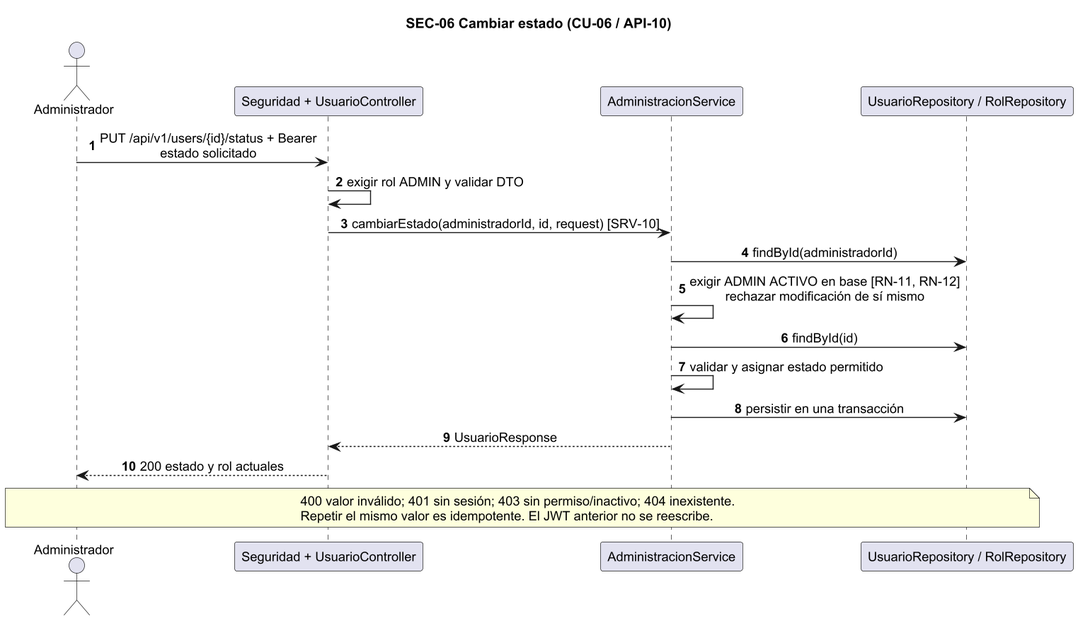
Earlier version of the PlantUML export doc/Diagramas/SEC-06.png (CarlaGorgal2002/deliverygo-usuarios-auth). Its diagram source:
```plantuml
@startuml SEC-06
skinparam dpi 135
skinparam shadowing false
skinparam defaultFontName Arial
skinparam defaultFontSize 13
skinparam sequenceMessageAlign center
title SEC-06 Cambiar estado (CU-06 / API-10)
autonumber
actor Administrador as A
participant "Seguridad + UsuarioController" as C
participant AdministracionService as S
participant "UsuarioRepository / RolRepository" as R
A -> C : PUT /api/v1/users/{id}/status + Bearer\nestado solicitado
C -> C : exigir rol ADMIN y validar DTO
C -> S : cambiarEstado(administradorId, id, request) [SRV-10]
S -> R : findById(administradorId)
S -> S : exigir ADMIN ACTIVO en base [RN-11, RN-12]\nrechazar modificación de sí mismo
S -> R : findById(id)
S -> S : validar y asignar estado permitido
S -> R : persistir en una transacción
S --> C : UsuarioResponse
C --> A : 200 estado y rol actuales
note over A,R : 400 valor inválido; 401 sin sesión; 403 sin permiso/inactivo; 404 inexistente.\nRepetir el mismo valor es idempotente. El JWT anterior no se reescribe.
@enduml
```
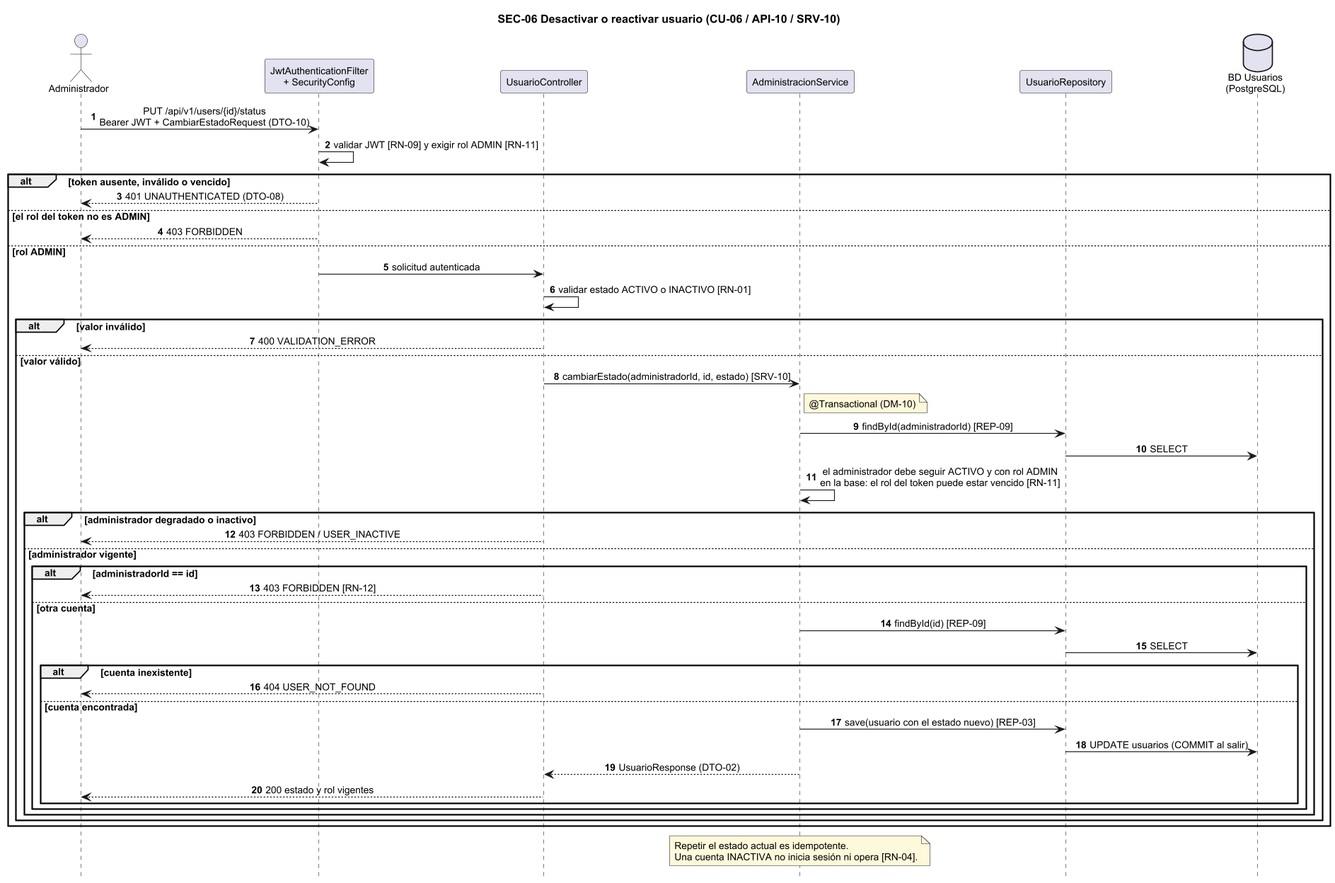
After the commit.

What changed in the source:
```diff
@@ -1,24 +1,58 @@
 @startuml SEC-06
-skinparam dpi 135
+skinparam dpi 110
 skinparam shadowing false
 skinparam defaultFontName Arial
-skinparam defaultFontSize 13
+skinparam defaultFontSize 12
 skinparam sequenceMessageAlign center
-title SEC-06 Cambiar estado (CU-06 / API-10)
+skinparam responseMessageBelowArrow true
+skinparam NoteBackgroundColor #FFF9DB
+skinparam ParticipantPadding 12
+hide footbox
+title SEC-06 Desactivar o reactivar usuario (CU-06 / API-10 / SRV-10)
 autonumber
 actor Administrador as A
-participant "Seguridad + UsuarioController" as C
+participant "JwtAuthenticationFilter\n+ SecurityConfig" as F
+participant UsuarioController as C
 participant AdministracionService as S
-participant "UsuarioRepository / RolRepository" as R
-A -> C : PUT /api/v1/users/{id}/status + Bearer\nestado solicitado
-C -> C : exigir rol ADMIN y validar DTO
-C -> S : cambiarEstado(administradorId, id, request) [SRV-10]
-S -> R : findById(administradorId)
-S -> S : exigir ADMIN ACTIVO en base [RN-11, RN-12]\nrechazar modificación de sí mismo
-S -> R : findById(id)
-S -> S : validar y asignar estado permitido
-S -> R : persistir en una transacción
-S --> C : UsuarioResponse
-C --> A : 200 estado y rol actuales
-note over A,R : 400 valor inválido; 401 sin sesión; 403 sin permiso/inactivo; 404 inexistente.\nRepetir el mismo valor es idempotente. El JWT anterior no se reescribe.
+participant UsuarioRepository as UR
+database "BD Usuarios\n(PostgreSQL)" as DB
+
+A -> F : PUT /api/v1/users/{id}/status\nBearer JWT + CambiarEstadoRequest (DTO-10)
+F -> F : validar JWT [RN-09] y exigir rol ADMIN [RN-11]
+alt token ausente, inválido o vencido
+  F --> A : 401 UNAUTHENTICATED (DTO-08)
+else el rol del token no es ADMIN
+  F --> A : 403 FORBIDDEN
+else rol ADMIN
+  F -> C : solicitud autenticada
+  C -> C : validar estado ACTIVO o INACTIVO [RN-01]
+  alt valor inválido
+    C --> A : 400 VALIDATION_ERROR
+  else valor válido
+    C -> S : cambiarEstado(administradorId, id, estado) [SRV-10]
+    note right of S : @Transactional (DM-10)
+    S -> UR : findById(administradorId) [REP-09]
+    UR -> DB : SELECT
+    S -> S : el administrador debe seguir ACTIVO y con rol ADMIN\nen la base: el rol del token puede estar vencido [RN-11]
+    alt administrador degradado o inactivo
+      C --> A : 403 FORBIDDEN / USER_INACTIVE
+    else administrador vigente
+      alt administradorId == id
+        C --> A : 403 FORBIDDEN [RN-12]
+      else otra cuenta
+        S -> UR : findById(id) [REP-09]
+        UR -> DB : SELECT
+        alt cuenta inexistente
+          C --> A : 404 USER_NOT_FOUND
+        else cuenta encontrada
+          S -> UR : save(usuario con el estado nuevo) [REP-03]
+          UR -> DB : UPDATE usuarios (COMMIT al salir)
+          S --> C : UsuarioResponse (DTO-02)
+          C --> A : 200 estado y rol vigentes
+        end
+      end
+    end
+  end
+end
+note over S : Repetir el estado actual es idempotente.\nUna cuenta INACTIVA no inicia sesión ni opera [RN-04].
 @enduml
```
